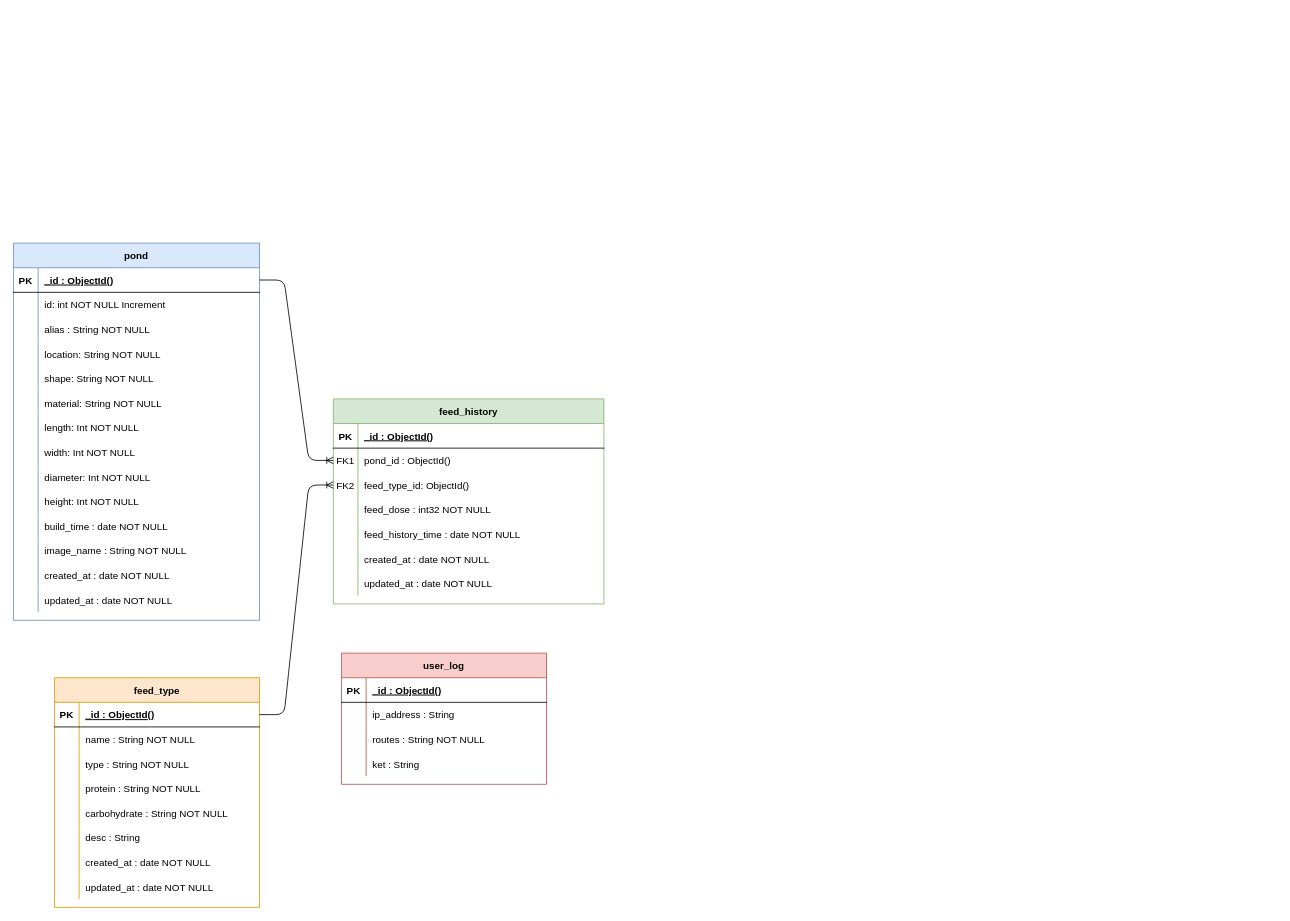
Earlier version of the draw.io diagram doc/Sprint03/diagram database/database.drawio (andrirahmanto/backendserverfishculture). Source tidied: cells renumbered, new cells numbered last; positions are measured from the earlier drawing's top-left corner, leaving out a move shared by most shapes. Both pictures are drawn from the tidied source at 82%, with x=0, y=0 at pixel (13, 243).
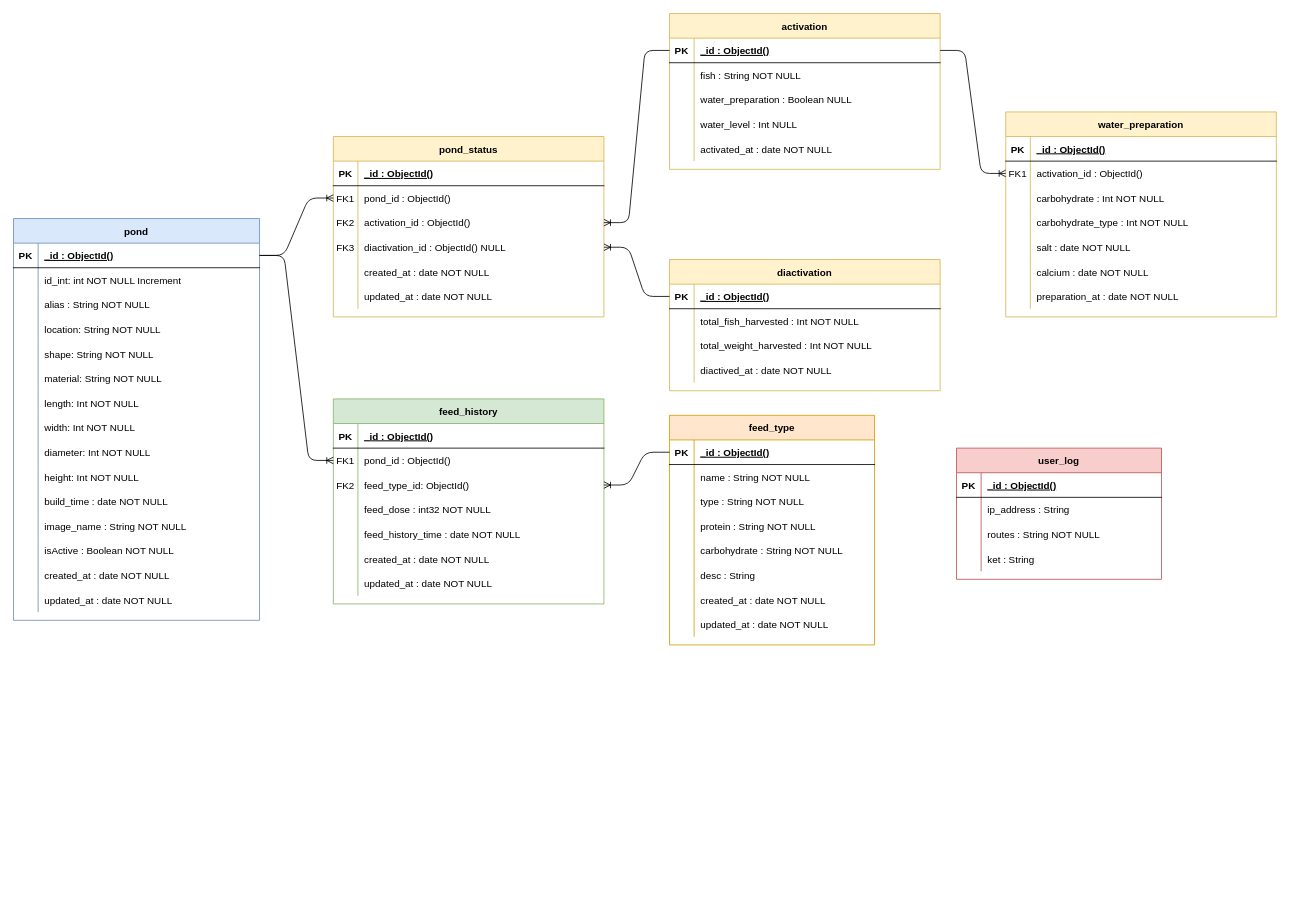
After the change.

Unchanged cells that the change refers to:
```xml
<mxCell id="9" style="shape=partialRectangle;fillColor=none;points=[[0,0.5],[1,0.5]];portConstraint=eastwest;top=0;left=0;right=0;bottom=0;" parent="2" vertex="1">
  <mxGeometry y="90" width="330" height="30" as="geometry" />
</mxCell>
<mxCell id="25" style="shape=partialRectangle;fillColor=none;points=[[0,0.5],[1,0.5]];portConstraint=eastwest;top=0;left=0;right=0;bottom=1;" parent="24" vertex="1">
  <mxGeometry y="30" width="250" height="30" as="geometry" />
</mxCell>
<mxCell id="50" style="shape=partialRectangle;fillColor=none;points=[[0,0.5],[1,0.5]];portConstraint=eastwest;top=0;left=0;right=0;bottom=1;" parent="49" vertex="1">
  <mxGeometry y="30" width="300" height="30" as="geometry" />
</mxCell>
<mxCell id="53" style="shape=partialRectangle;fillColor=none;top=0;left=0;right=0;bottom=0;" parent="49" vertex="1">
  <mxGeometry y="60" width="300" height="30" as="geometry" />
</mxCell>
```

What changed in the source:
```diff
@@
     <mxCell id="24" value="feed_type" style="shape=table;startSize=30;childLayout=tableLayout;rowLines=0;fontStyle=1;align=center;fillColor=#ffe6cc;strokeColor=#d79b00;" parent="1" vertex="1">
-      <mxGeometry x="50" y="530" width="250" height="280" as="geometry" />
+      <mxGeometry x="800" y="210" width="250" height="280" as="geometry" />
     </mxCell>
@@
     <mxCell id="49" value="pond" style="shape=table;startSize=30;childLayout=tableLayout;rowLines=0;fontStyle=1;align=center;fillColor=#dae8fc;strokeColor=#6c8ebf;" parent="1" vertex="1">
-      <mxGeometry width="300" height="460" as="geometry" />
+      <mxGeometry y="-30" width="300" height="490" as="geometry" />
     </mxCell>
@@
-    <mxCell id="55" value="id: int NOT NULL Increment" style="shape=partialRectangle;overflow=hidden;fillColor=none;top=0;left=0;bottom=0;right=0;align=left;spacingLeft=6;" parent="53" vertex="1">
+    <mxCell id="55" value="id_int: int NOT NULL Increment" style="shape=partialRectangle;overflow=hidden;fillColor=none;top=0;left=0;bottom=0;right=0;align=left;spacingLeft=6;" parent="53" vertex="1">
       <mxGeometry x="30" width="270" height="30" as="geometry" />
     </mxCell>
@@
+    <mxCell id="107" style="shape=partialRectangle;fillColor=none;top=0;left=0;right=0;bottom=0;" parent="49" vertex="1">
+      <mxGeometry y="360" width="300" height="30" as="geometry" />
+    </mxCell>
+    <mxCell id="108" style="shape=partialRectangle;overflow=hidden;fillColor=none;top=0;left=0;bottom=0;right=0;" parent="107" vertex="1">
+      <mxGeometry width="30" height="30" as="geometry" />
+    </mxCell>
+    <mxCell id="109" value="image_name : String NOT NULL" style="shape=partialRectangle;overflow=hidden;fillColor=none;top=0;left=0;bottom=0;right=0;align=left;spacingLeft=6;" parent="107" vertex="1">
+      <mxGeometry x="30" width="270" height="30" as="geometry" />
+    </mxCell>
     <mxCell id="83" style="shape=partialRectangle;fillColor=none;top=0;left=0;right=0;bottom=0;" parent="49" vertex="1">
-      <mxGeometry y="360" width="300" height="30" as="geometry" />
+      <mxGeometry y="390" width="300" height="30" as="geometry" />
     </mxCell>
@@
-    <mxCell id="85" value="image_name : String NOT NULL" style="shape=partialRectangle;overflow=hidden;fillColor=none;top=0;left=0;bottom=0;right=0;align=left;spacingLeft=6;" parent="83" vertex="1">
+    <mxCell id="85" value="isActive : Boolean NOT NULL" style="shape=partialRectangle;overflow=hidden;fillColor=none;top=0;left=0;bottom=0;right=0;align=left;spacingLeft=6;" parent="83" vertex="1">
       <mxGeometry x="30" width="270" height="30" as="geometry" />
     </mxCell>
     <mxCell id="86" style="shape=partialRectangle;fillColor=none;top=0;left=0;right=0;bottom=0;" parent="49" vertex="1">
-      <mxGeometry y="390" width="300" height="30" as="geometry" />
+      <mxGeometry y="420" width="300" height="30" as="geometry" />
     </mxCell>
@@
     <mxCell id="89" style="shape=partialRectangle;fillColor=none;top=0;left=0;right=0;bottom=0;" parent="49" vertex="1">
-      <mxGeometry y="420" width="300" height="30" as="geometry" />
+      <mxGeometry y="450" width="300" height="30" as="geometry" />
     </mxCell>
@@
     <mxCell id="93" value="user_log" style="shape=table;startSize=30;childLayout=tableLayout;rowLines=0;fontStyle=1;align=center;fillColor=#f8cecc;strokeColor=#b85450;" parent="1" vertex="1">
-      <mxGeometry x="400" y="500" width="250" height="160" as="geometry" />
+      <mxGeometry x="1150" y="250" width="250" height="160" as="geometry" />
     </mxCell>
@@
-    <mxCell id="106" style="edgeStyle=entityRelationEdgeStyle;fontSize=12;html=1;endArrow=ERoneToMany;exitX=1;exitY=0.5;exitDx=0;exitDy=0;entryX=0;entryY=0.5;entryDx=0;entryDy=0;" parent="1" edge="1" source="25" target="9">
+    <mxCell id="106" style="edgeStyle=entityRelationEdgeStyle;fontSize=12;html=1;endArrow=ERoneToMany;exitX=0;exitY=0.5;exitDx=0;exitDy=0;entryX=1;entryY=0.5;entryDx=0;entryDy=0;" parent="1" edge="1" source="25" target="9">
       <mxGeometry relative="1" as="geometry" />
     </mxCell>
+    <mxCell id="110" value="pond_status" style="shape=table;startSize=30;childLayout=tableLayout;rowLines=0;fontStyle=1;align=center;fillColor=#fff2cc;strokeColor=#d6b656;" parent="1" vertex="1">
+      <mxGeometry x="390" y="-130" width="330" height="220" as="geometry" />
+    </mxCell>
+    <mxCell id="111" style="shape=partialRectangle;fillColor=none;top=0;left=0;right=0;bottom=1;" parent="110" vertex="1">
+      <mxGeometry y="30" width="330" height="30" as="geometry" />
+    </mxCell>
+    <mxCell id="112" value="PK" style="shape=partialRectangle;overflow=hidden;fillColor=none;top=0;left=0;bottom=0;right=0;fontStyle=1;" parent="111" vertex="1">
+      <mxGeometry width="30" height="30" as="geometry" />
+    </mxCell>
+    <mxCell id="113" value="_id : ObjectId()" style="shape=partialRectangle;overflow=hidden;fillColor=none;top=0;left=0;bottom=0;right=0;align=left;spacingLeft=6;fontStyle=5;" parent="111" vertex="1">
+      <mxGeometry x="30" width="300" height="30" as="geometry" />
+    </mxCell>
+    <mxCell id="114" style="shape=partialRectangle;fillColor=none;points=[[0,0.5],[1,0.5]];portConstraint=eastwest;top=0;left=0;right=0;bottom=0;" parent="110" vertex="1">
+      <mxGeometry y="60" width="330" height="30" as="geometry" />
+    </mxCell>
+    <mxCell id="115" value="FK1" style="shape=partialRectangle;overflow=hidden;fillColor=none;top=0;left=0;bottom=0;right=0;" parent="114" vertex="1">
+      <mxGeometry width="30" height="30" as="geometry" />
+    </mxCell>
+    <mxCell id="116" value="pond_id : ObjectId()" style="shape=partialRectangle;overflow=hidden;fillColor=none;top=0;left=0;bottom=0;right=0;align=left;spacingLeft=6;" parent="114" vertex="1">
+      <mxGeometry x="30" width="300" height="30" as="geometry" />
+    </mxCell>
+    <mxCell id="117" style="shape=partialRectangle;fillColor=none;points=[[0,0.5],[1,0.5]];portConstraint=eastwest;top=0;left=0;right=0;bottom=0;" parent="110" vertex="1">
+      <mxGeometry y="90" width="330" height="30" as="geometry" />
+    </mxCell>
+    <mxCell id="118" value="FK2" style="shape=partialRectangle;overflow=hidden;fillColor=none;top=0;left=0;bottom=0;right=0;" parent="117" vertex="1">
+      <mxGeometry width="30" height="30" as="geometry" />
+    </mxCell>
+    <mxCell id="119" value="activation_id : ObjectId()" style="shape=partialRectangle;overflow=hidden;fillColor=none;top=0;left=0;bottom=0;right=0;align=left;spacingLeft=6;" parent="117" vertex="1">
+      <mxGeometry x="30" width="300" height="30" as="geometry" />
+    </mxCell>
+    <mxCell id="120" style="shape=partialRectangle;fillColor=none;points=[[0,0.5],[1,0.5]];portConstraint=eastwest;top=0;left=0;right=0;bottom=0;" parent="110" vertex="1">
+      <mxGeometry y="120" width="330" height="30" as="geometry" />
+    </mxCell>
+    <mxCell id="121" value="FK3" style="shape=partialRectangle;overflow=hidden;fillColor=none;top=0;left=0;bottom=0;right=0;" parent="120" vertex="1">
+      <mxGeometry width="30" height="30" as="geometry" />
+    </mxCell>
+    <mxCell id="122" value="diactivation_id : ObjectId() NULL" style="shape=partialRectangle;overflow=hidden;fillColor=none;top=0;left=0;bottom=0;right=0;align=left;spacingLeft=6;" parent="120" vertex="1">
+      <mxGeometry x="30" width="300" height="30" as="geometry" />
+    </mxCell>
+    <mxCell id="123" style="shape=partialRectangle;fillColor=none;top=0;left=0;right=0;bottom=0;" parent="110" vertex="1">
+      <mxGeometry y="150" width="330" height="30" as="geometry" />
+    </mxCell>
+    <mxCell id="124" style="shape=partialRectangle;overflow=hidden;fillColor=none;top=0;left=0;bottom=0;right=0;" parent="123" vertex="1">
+      <mxGeometry width="30" height="30" as="geometry" />
+    </mxCell>
+    <mxCell id="125" value="created_at : date NOT NULL" style="shape=partialRectangle;overflow=hidden;fillColor=none;top=0;left=0;bottom=0;right=0;align=left;spacingLeft=6;" parent="123" vertex="1">
+      <mxGeometry x="30" width="300" height="30" as="geometry" />
+    </mxCell>
+    <mxCell id="126" style="shape=partialRectangle;fillColor=none;top=0;left=0;right=0;bottom=0;" parent="110" vertex="1">
+      <mxGeometry y="180" width="330" height="30" as="geometry" />
+    </mxCell>
+    <mxCell id="127" style="shape=partialRectangle;overflow=hidden;fillColor=none;top=0;left=0;bottom=0;right=0;" parent="126" vertex="1">
+      <mxGeometry width="30" height="30" as="geometry" />
+    </mxCell>
+    <mxCell id="128" value="updated_at : date NOT NULL" style="shape=partialRectangle;overflow=hidden;fillColor=none;top=0;left=0;bottom=0;right=0;align=left;spacingLeft=6;" parent="126" vertex="1">
+      <mxGeometry x="30" width="300" height="30" as="geometry" />
+    </mxCell>
+    <mxCell id="129" value="activation" style="shape=table;startSize=30;childLayout=tableLayout;rowLines=0;fontStyle=1;align=center;fillColor=#fff2cc;strokeColor=#d6b656;" parent="1" vertex="1">
+      <mxGeometry x="800" y="-280" width="330" height="190" as="geometry" />
+    </mxCell>
+    <mxCell id="130" style="shape=partialRectangle;fillColor=none;points=[[0,0.5],[1,0.5]];portConstraint=eastwest;top=0;left=0;right=0;bottom=1;" parent="129" vertex="1">
+      <mxGeometry y="30" width="330" height="30" as="geometry" />
+    </mxCell>
+    <mxCell id="131" value="PK" style="shape=partialRectangle;overflow=hidden;fillColor=none;top=0;left=0;bottom=0;right=0;fontStyle=1;" parent="130" vertex="1">
+      <mxGeometry width="30" height="30" as="geometry" />
+    </mxCell>
+    <mxCell id="132" value="_id : ObjectId()" style="shape=partialRectangle;overflow=hidden;fillColor=none;top=0;left=0;bottom=0;right=0;align=left;spacingLeft=6;fontStyle=5;" parent="130" vertex="1">
+      <mxGeometry x="30" width="300" height="30" as="geometry" />
+    </mxCell>
+    <mxCell id="133" style="shape=partialRectangle;fillColor=none;top=0;left=0;right=0;bottom=0;" parent="129" vertex="1">
+      <mxGeometry y="60" width="330" height="30" as="geometry" />
+    </mxCell>
+    <mxCell id="134" style="shape=partialRectangle;overflow=hidden;fillColor=none;top=0;left=0;bottom=0;right=0;" parent="133" vertex="1">
+      <mxGeometry width="30" height="30" as="geometry" />
+    </mxCell>
+    <mxCell id="135" value="fish : String NOT NULL" style="shape=partialRectangle;overflow=hidden;fillColor=none;top=0;left=0;bottom=0;right=0;align=left;spacingLeft=6;" parent="133" vertex="1">
+      <mxGeometry x="30" width="300" height="30" as="geometry" />
+    </mxCell>
+    <mxCell id="136" style="shape=partialRectangle;fillColor=none;top=0;left=0;right=0;bottom=0;" parent="129" vertex="1">
+      <mxGeometry y="90" width="330" height="30" as="geometry" />
+    </mxCell>
+    <mxCell id="137" style="shape=partialRectangle;overflow=hidden;fillColor=none;top=0;left=0;bottom=0;right=0;" parent="136" vertex="1">
+      <mxGeometry width="30" height="30" as="geometry" />
+    </mxCell>
+    <mxCell id="138" value="water_preparation : Boolean NULL" style="shape=partialRectangle;overflow=hidden;fillColor=none;top=0;left=0;bottom=0;right=0;align=left;spacingLeft=6;" parent="136" vertex="1">
+      <mxGeometry x="30" width="300" height="30" as="geometry" />
+    </mxCell>
+    <mxCell id="139" style="shape=partialRectangle;fillColor=none;top=0;left=0;right=0;bottom=0;" parent="129" vertex="1">
+      <mxGeometry y="120" width="330" height="30" as="geometry" />
+    </mxCell>
+    <mxCell id="140" style="shape=partialRectangle;overflow=hidden;fillColor=none;top=0;left=0;bottom=0;right=0;" parent="139" vertex="1">
+      <mxGeometry width="30" height="30" as="geometry" />
+    </mxCell>
+    <mxCell id="141" value="water_level : Int NULL" style="shape=partialRectangle;overflow=hidden;fillColor=none;top=0;left=0;bottom=0;right=0;align=left;spacingLeft=6;" parent="139" vertex="1">
+      <mxGeometry x="30" width="300" height="30" as="geometry" />
+    </mxCell>
+    <mxCell id="142" style="shape=partialRectangle;fillColor=none;top=0;left=0;right=0;bottom=0;" parent="129" vertex="1">
+      <mxGeometry y="150" width="330" height="30" as="geometry" />
+    </mxCell>
+    <mxCell id="143" style="shape=partialRectangle;overflow=hidden;fillColor=none;top=0;left=0;bottom=0;right=0;" parent="142" vertex="1">
+      <mxGeometry width="30" height="30" as="geometry" />
+    </mxCell>
+    <mxCell id="144" value="activated_at : date NOT NULL" style="shape=partialRectangle;overflow=hidden;fillColor=none;top=0;left=0;bottom=0;right=0;align=left;spacingLeft=6;" parent="142" vertex="1">
+      <mxGeometry x="30" width="300" height="30" as="geometry" />
+    </mxCell>
+    <mxCell id="145" value="diactivation" style="shape=table;startSize=30;childLayout=tableLayout;rowLines=0;fontStyle=1;align=center;fillColor=#fff2cc;strokeColor=#d6b656;" parent="1" vertex="1">
+      <mxGeometry x="800" y="20" width="330" height="160" as="geometry" />
+    </mxCell>
+    <mxCell id="146" style="shape=partialRectangle;fillColor=none;points=[[0,0.5],[1,0.5]];portConstraint=eastwest;top=0;left=0;right=0;bottom=1;" parent="145" vertex="1">
+      <mxGeometry y="30" width="330" height="30" as="geometry" />
+    </mxCell>
+    <mxCell id="147" value="PK" style="shape=partialRectangle;overflow=hidden;fillColor=none;top=0;left=0;bottom=0;right=0;fontStyle=1;" parent="146" vertex="1">
+      <mxGeometry width="30" height="30" as="geometry" />
+    </mxCell>
+    <mxCell id="148" value="_id : ObjectId()" style="shape=partialRectangle;overflow=hidden;fillColor=none;top=0;left=0;bottom=0;right=0;align=left;spacingLeft=6;fontStyle=5;" parent="146" vertex="1">
+      <mxGeometry x="30" width="300" height="30" as="geometry" />
+    </mxCell>
+    <mxCell id="149" style="shape=partialRectangle;fillColor=none;top=0;left=0;right=0;bottom=0;" parent="145" vertex="1">
+      <mxGeometry y="60" width="330" height="30" as="geometry" />
+    </mxCell>
+    <mxCell id="150" style="shape=partialRectangle;overflow=hidden;fillColor=none;top=0;left=0;bottom=0;right=0;" parent="149" vertex="1">
+      <mxGeometry width="30" height="30" as="geometry" />
+    </mxCell>
+    <mxCell id="151" value="total_fish_harvested : Int NOT NULL" style="shape=partialRectangle;overflow=hidden;fillColor=none;top=0;left=0;bottom=0;right=0;align=left;spacingLeft=6;" parent="149" vertex="1">
+      <mxGeometry x="30" width="300" height="30" as="geometry" />
+    </mxCell>
+    <mxCell id="152" style="shape=partialRectangle;fillColor=none;top=0;left=0;right=0;bottom=0;" parent="145" vertex="1">
+      <mxGeometry y="90" width="330" height="30" as="geometry" />
+    </mxCell>
+    <mxCell id="153" style="shape=partialRectangle;overflow=hidden;fillColor=none;top=0;left=0;bottom=0;right=0;" parent="152" vertex="1">
+      <mxGeometry width="30" height="30" as="geometry" />
+    </mxCell>
+    <mxCell id="154" value="total_weight_harvested : Int NOT NULL" style="shape=partialRectangle;overflow=hidden;fillColor=none;top=0;left=0;bottom=0;right=0;align=left;spacingLeft=6;" parent="152" vertex="1">
+      <mxGeometry x="30" width="300" height="30" as="geometry" />
+    </mxCell>
+    <mxCell id="155" style="shape=partialRectangle;fillColor=none;top=0;left=0;right=0;bottom=0;" parent="145" vertex="1">
+      <mxGeometry y="120" width="330" height="30" as="geometry" />
+    </mxCell>
+    <mxCell id="156" style="shape=partialRectangle;overflow=hidden;fillColor=none;top=0;left=0;bottom=0;right=0;" parent="155" vertex="1">
+      <mxGeometry width="30" height="30" as="geometry" />
+    </mxCell>
+    <mxCell id="157" value="diactived_at : date NOT NULL" style="shape=partialRectangle;overflow=hidden;fillColor=none;top=0;left=0;bottom=0;right=0;align=left;spacingLeft=6;" parent="155" vertex="1">
+      <mxGeometry x="30" width="300" height="30" as="geometry" />
+    </mxCell>
+    <mxCell id="158" style="edgeStyle=entityRelationEdgeStyle;fontSize=12;html=1;endArrow=ERoneToMany;exitX=1;exitY=0.5;exitDx=0;exitDy=0;entryX=0;entryY=0.5;entryDx=0;entryDy=0;" parent="1" edge="1" source="50" target="114">
+      <mxGeometry relative="1" as="geometry" />
+    </mxCell>
+    <mxCell id="159" style="edgeStyle=entityRelationEdgeStyle;fontSize=12;html=1;endArrow=ERoneToMany;exitX=0;exitY=0.5;exitDx=0;exitDy=0;entryX=1;entryY=0.5;entryDx=0;entryDy=0;" parent="1" edge="1" source="130" target="117">
+      <mxGeometry relative="1" as="geometry" />
+    </mxCell>
+    <mxCell id="160" style="edgeStyle=entityRelationEdgeStyle;fontSize=12;html=1;endArrow=ERoneToMany;exitX=0;exitY=0.5;exitDx=0;exitDy=0;entryX=1;entryY=0.5;entryDx=0;entryDy=0;" parent="1" edge="1" source="146" target="120">
+      <mxGeometry relative="1" as="geometry" />
+    </mxCell>
+    <mxCell id="161" value="water_preparation" style="shape=table;startSize=30;childLayout=tableLayout;rowLines=0;fontStyle=1;align=center;fillColor=#fff2cc;strokeColor=#d6b656;" parent="1" vertex="1">
+      <mxGeometry x="1210" y="-160" width="330" height="250" as="geometry" />
+    </mxCell>
+    <mxCell id="162" style="shape=partialRectangle;fillColor=none;top=0;left=0;right=0;bottom=1;" parent="161" vertex="1">
+      <mxGeometry y="30" width="330" height="30" as="geometry" />
+    </mxCell>
+    <mxCell id="163" value="PK" style="shape=partialRectangle;overflow=hidden;fillColor=none;top=0;left=0;bottom=0;right=0;fontStyle=1;" parent="162" vertex="1">
+      <mxGeometry width="30" height="30" as="geometry" />
+    </mxCell>
+    <mxCell id="164" value="_id : ObjectId()" style="shape=partialRectangle;overflow=hidden;fillColor=none;top=0;left=0;bottom=0;right=0;align=left;spacingLeft=6;fontStyle=5;" parent="162" vertex="1">
+      <mxGeometry x="30" width="300" height="30" as="geometry" />
+    </mxCell>
+    <mxCell id="165" style="shape=partialRectangle;fillColor=none;points=[[0,0.5],[1,0.5]];portConstraint=eastwest;top=0;left=0;right=0;bottom=0;" parent="161" vertex="1">
+      <mxGeometry y="60" width="330" height="30" as="geometry" />
+    </mxCell>
+    <mxCell id="166" value="FK1" style="shape=partialRectangle;overflow=hidden;fillColor=none;top=0;left=0;bottom=0;right=0;" parent="165" vertex="1">
+      <mxGeometry width="30" height="30" as="geometry" />
+    </mxCell>
+    <mxCell id="167" value="activation_id : ObjectId()" style="shape=partialRectangle;overflow=hidden;fillColor=none;top=0;left=0;bottom=0;right=0;align=left;spacingLeft=6;" parent="165" vertex="1">
+      <mxGeometry x="30" width="300" height="30" as="geometry" />
+    </mxCell>
+    <mxCell id="168" style="shape=partialRectangle;fillColor=none;top=0;left=0;right=0;bottom=0;" parent="161" vertex="1">
+      <mxGeometry y="90" width="330" height="30" as="geometry" />
+    </mxCell>
+    <mxCell id="169" style="shape=partialRectangle;overflow=hidden;fillColor=none;top=0;left=0;bottom=0;right=0;" parent="168" vertex="1">
+      <mxGeometry width="30" height="30" as="geometry" />
+    </mxCell>
+    <mxCell id="170" value="carbohydrate : Int NOT NULL" style="shape=partialRectangle;overflow=hidden;fillColor=none;top=0;left=0;bottom=0;right=0;align=left;spacingLeft=6;" parent="168" vertex="1">
+      <mxGeometry x="30" width="300" height="30" as="geometry" />
+    </mxCell>
+    <mxCell id="171" style="shape=partialRectangle;fillColor=none;top=0;left=0;right=0;bottom=0;" parent="161" vertex="1">
+      <mxGeometry y="120" width="330" height="30" as="geometry" />
+    </mxCell>
+    <mxCell id="172" style="shape=partialRectangle;overflow=hidden;fillColor=none;top=0;left=0;bottom=0;right=0;" parent="171" vertex="1">
+      <mxGeometry width="30" height="30" as="geometry" />
+    </mxCell>
+    <mxCell id="173" value="carbohydrate_type : Int NOT NULL" style="shape=partialRectangle;overflow=hidden;fillColor=none;top=0;left=0;bottom=0;right=0;align=left;spacingLeft=6;" parent="171" vertex="1">
+      <mxGeometry x="30" width="300" height="30" as="geometry" />
+    </mxCell>
+    <mxCell id="174" style="shape=partialRectangle;fillColor=none;top=0;left=0;right=0;bottom=0;" parent="161" vertex="1">
+      <mxGeometry y="150" width="330" height="30" as="geometry" />
+    </mxCell>
+    <mxCell id="175" style="shape=partialRectangle;overflow=hidden;fillColor=none;top=0;left=0;bottom=0;right=0;" parent="174" vertex="1">
+      <mxGeometry width="30" height="30" as="geometry" />
+    </mxCell>
+    <mxCell id="176" value="salt : date NOT NULL" style="shape=partialRectangle;overflow=hidden;fillColor=none;top=0;left=0;bottom=0;right=0;align=left;spacingLeft=6;" parent="174" vertex="1">
+      <mxGeometry x="30" width="300" height="30" as="geometry" />
+    </mxCell>
+    <mxCell id="177" style="shape=partialRectangle;fillColor=none;top=0;left=0;right=0;bottom=0;" parent="161" vertex="1">
+      <mxGeometry y="180" width="330" height="30" as="geometry" />
+    </mxCell>
+    <mxCell id="178" style="shape=partialRectangle;overflow=hidden;fillColor=none;top=0;left=0;bottom=0;right=0;" parent="177" vertex="1">
+      <mxGeometry width="30" height="30" as="geometry" />
+    </mxCell>
+    <mxCell id="179" value="calcium : date NOT NULL" style="shape=partialRectangle;overflow=hidden;fillColor=none;top=0;left=0;bottom=0;right=0;align=left;spacingLeft=6;" parent="177" vertex="1">
+      <mxGeometry x="30" width="300" height="30" as="geometry" />
+    </mxCell>
+    <mxCell id="180" style="shape=partialRectangle;fillColor=none;top=0;left=0;right=0;bottom=0;" parent="161" vertex="1">
+      <mxGeometry y="210" width="330" height="30" as="geometry" />
+    </mxCell>
+    <mxCell id="181" style="shape=partialRectangle;overflow=hidden;fillColor=none;top=0;left=0;bottom=0;right=0;" parent="180" vertex="1">
+      <mxGeometry width="30" height="30" as="geometry" />
+    </mxCell>
+    <mxCell id="182" value="preparation_at : date NOT NULL" style="shape=partialRectangle;overflow=hidden;fillColor=none;top=0;left=0;bottom=0;right=0;align=left;spacingLeft=6;" parent="180" vertex="1">
+      <mxGeometry x="30" width="300" height="30" as="geometry" />
+    </mxCell>
+    <mxCell id="183" style="edgeStyle=entityRelationEdgeStyle;fontSize=12;html=1;endArrow=ERoneToMany;exitX=1;exitY=0.5;exitDx=0;exitDy=0;entryX=0;entryY=0.5;entryDx=0;entryDy=0;" parent="1" edge="1" source="130" target="165">
+      <mxGeometry relative="1" as="geometry" />
+    </mxCell>
```
